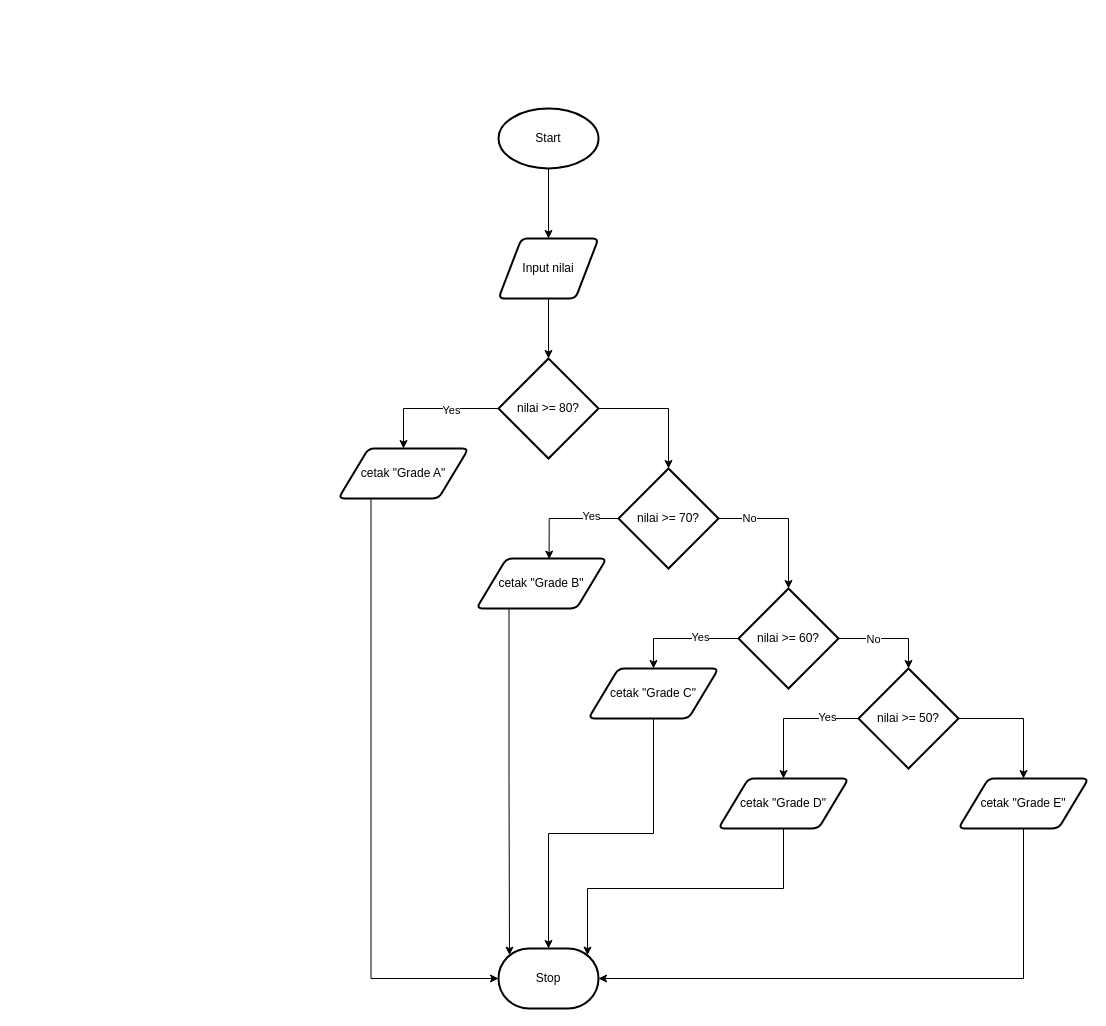
Earlier version of the draw.io diagram page "tugas2" (2 of 6) of Pemrograman/pemrograman6/Tugas.drawio (Iwakk225/Folder-Tugas-Pemrograman). Source tidied: cells renumbered, new cells numbered last; positions are measured from the earlier drawing's top-left corner, leaving out a move shared by most shapes. Both pictures are drawn from the tidied source at 100%, with x=0, y=0 at pixel (338, 108).
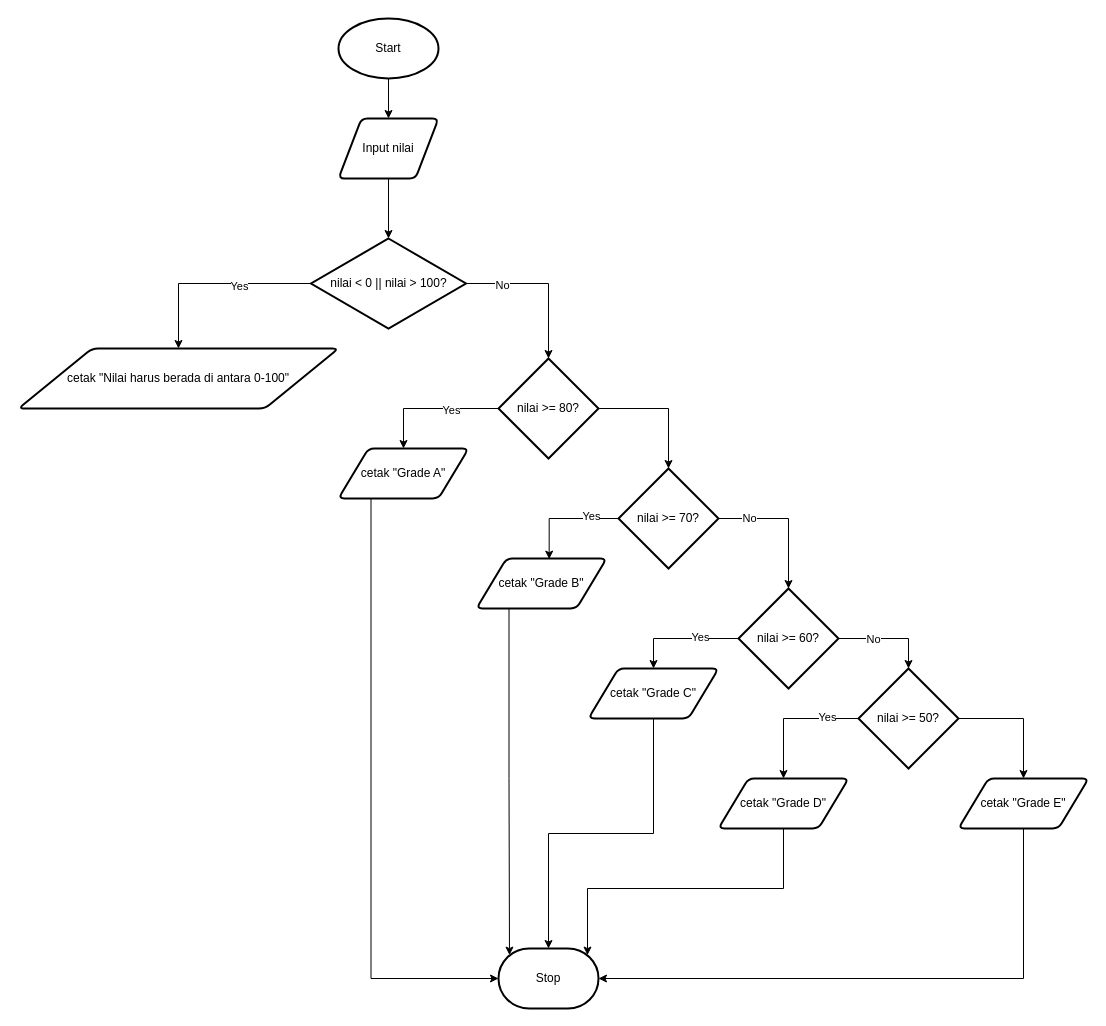
The same page after the edit.

Unchanged cells that the change refers to:
```xml
<mxCell id="7" value="nilai &amp;gt;= 80?" style="strokeWidth=2;html=1;shape=mxgraph.flowchart.decision;whiteSpace=wrap;" parent="1" vertex="1">
  <mxGeometry x="160" y="250" width="100" height="100" as="geometry" />
</mxCell>
```

Change to the diagram source:
```diff
@@
     <mxCell id="3" value="Start" style="strokeWidth=2;html=1;shape=mxgraph.flowchart.start_1;whiteSpace=wrap;" parent="1" vertex="1">
-      <mxGeometry x="160" width="100" height="60" as="geometry" />
+      <mxGeometry y="-90" width="100" height="60" as="geometry" />
     </mxCell>
     <mxCell id="4" value="Input nilai" style="shape=parallelogram;html=1;strokeWidth=2;perimeter=parallelogramPerimeter;whiteSpace=wrap;rounded=1;arcSize=12;size=0.23;" parent="1" vertex="1">
-      <mxGeometry x="160" y="130" width="100" height="60" as="geometry" />
+      <mxGeometry y="10" width="100" height="60" as="geometry" />
     </mxCell>
@@
-    <mxCell id="8" style="edgeStyle=orthogonalEdgeStyle;rounded=0;jettySize=auto;html=1;exitX=0.5;exitY=1;exitDx=0;exitDy=0;entryX=0.5;entryY=0;entryDx=0;entryDy=0;entryPerimeter=0;" parent="1" edge="1" source="4" target="7">
-      <mxGeometry relative="1" as="geometry" />
-    </mxCell>
@@
+    <mxCell id="35" style="edgeStyle=orthogonalEdgeStyle;rounded=0;jettySize=auto;html=1;exitX=0;exitY=0.5;exitDx=0;exitDy=0;exitPerimeter=0;entryX=0.5;entryY=0;entryDx=0;entryDy=0;" parent="1" edge="1" source="39" target="40">
+      <mxGeometry relative="1" as="geometry" />
+    </mxCell>
+    <mxCell id="36" value="Yes" style="edgeLabel;html=1;align=center;verticalAlign=middle;" parent="35" vertex="1">
+      <mxGeometry x="-0.28" y="2" relative="1" as="geometry">
+        <mxPoint x="-1" as="offset" />
+      </mxGeometry>
+    </mxCell>
+    <mxCell id="37" style="edgeStyle=orthogonalEdgeStyle;rounded=0;jettySize=auto;html=1;exitX=1;exitY=0.5;exitDx=0;exitDy=0;exitPerimeter=0;" parent="1" edge="1" source="39" target="7">
+      <mxGeometry relative="1" as="geometry" />
+    </mxCell>
+    <mxCell id="38" value="No" style="edgeLabel;html=1;align=center;verticalAlign=middle;" parent="37" vertex="1">
+      <mxGeometry x="-0.54" y="-1" relative="1" as="geometry" />
+    </mxCell>
+    <mxCell id="39" value="nilai &amp;lt; 0 || nilai &amp;gt; 100?" style="strokeWidth=2;html=1;shape=mxgraph.flowchart.decision;whiteSpace=wrap;" parent="1" vertex="1">
+      <mxGeometry x="-27.5" y="130" width="155" height="90" as="geometry" />
+    </mxCell>
+    <mxCell id="40" value="cetak&amp;nbsp;&quot;Nilai harus berada di antara 0-100&quot;" style="shape=parallelogram;html=1;strokeWidth=2;perimeter=parallelogramPerimeter;whiteSpace=wrap;rounded=1;arcSize=12;size=0.23;" parent="1" vertex="1">
+      <mxGeometry x="-320" y="240" width="320" height="60" as="geometry" />
+    </mxCell>
+    <mxCell id="41" style="edgeStyle=orthogonalEdgeStyle;rounded=0;jettySize=auto;html=1;exitX=0.5;exitY=1;exitDx=0;exitDy=0;entryX=0.5;entryY=0;entryDx=0;entryDy=0;entryPerimeter=0;" parent="1" edge="1" source="4" target="39">
+      <mxGeometry relative="1" as="geometry" />
+    </mxCell>
```
